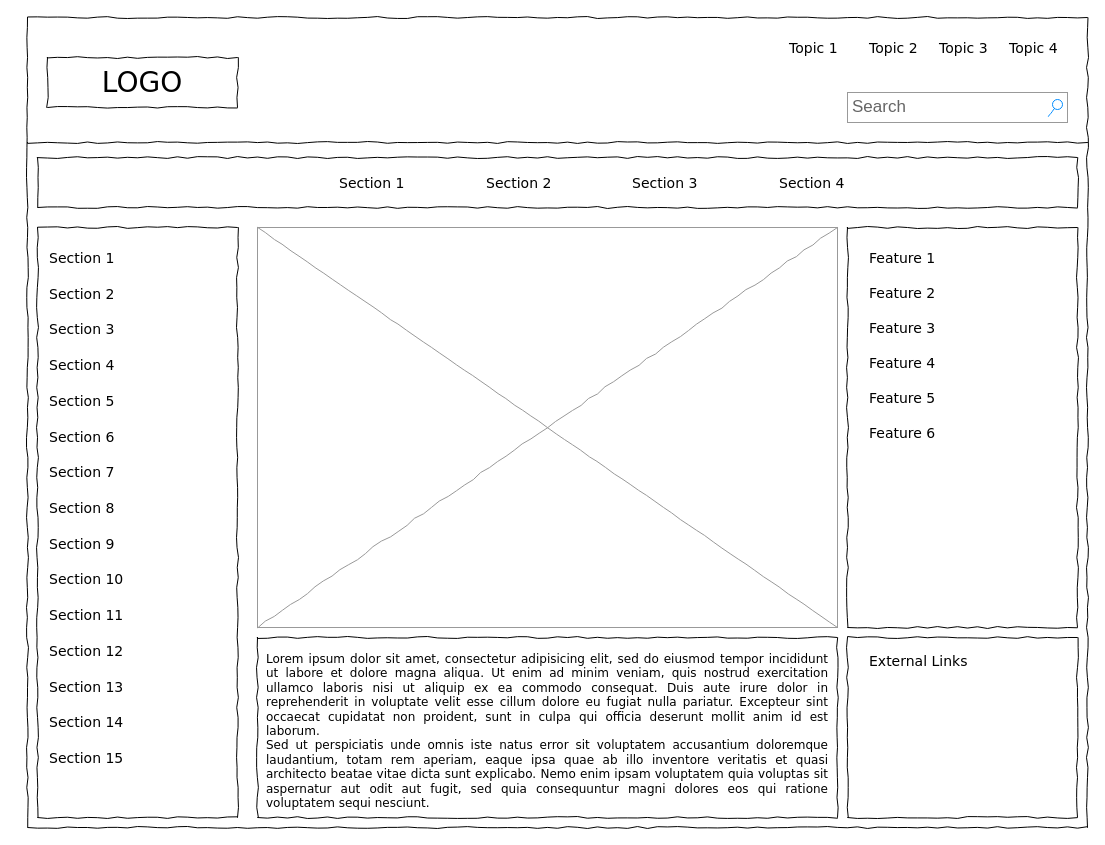
Before: page "Starting Page" (1 of 5) of visual-wireframe.drawio in circuitsunfish/phase-3-rogue-planning-documents, a draw.io diagram. Source tidied: cells renumbered, new cells numbered last; positions are measured from the earlier drawing's top-left corner, leaving out a move shared by most shapes. Both pictures are drawn from the tidied source at 100%, with x=0, y=0 at pixel (27, 17).
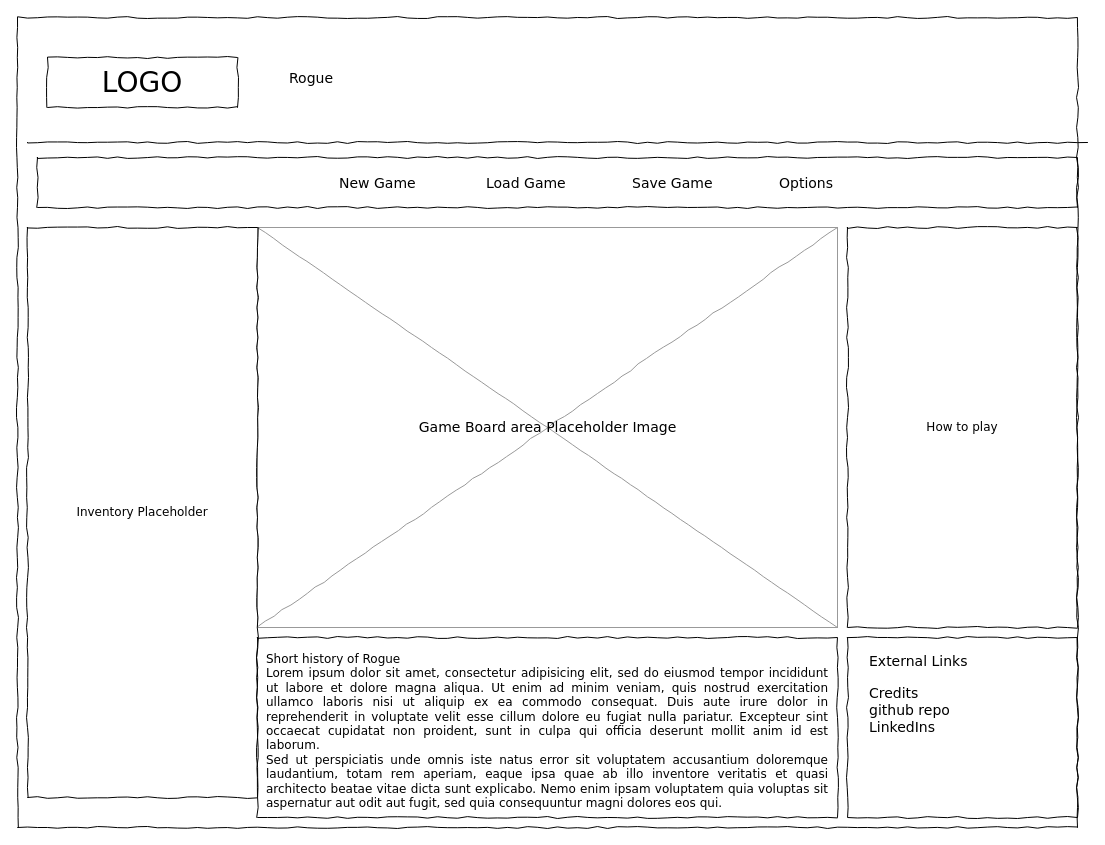
The same diagram, later.

Change to the diagram source:
```diff
@@
     <mxCell id="2" style="whiteSpace=wrap;html=1;rounded=0;shadow=0;labelBackgroundColor=none;strokeColor=#000000;strokeWidth=1;fillColor=none;fontFamily=Verdana;fontSize=12;fontColor=#000000;align=center;comic=1;" parent="1" vertex="1">
-      <mxGeometry width="1060" height="810" as="geometry" />
+      <mxGeometry x="-10" width="1060" height="810" as="geometry" />
     </mxCell>
@@
-    <mxCell id="4" value="Search" style="strokeWidth=1;shadow=0;dashed=0;align=center;html=1;shape=mxgraph.mockup.forms.searchBox;strokeColor=#999999;mainText=;strokeColor2=#008cff;fontColor=#666666;fontSize=17;align=left;spacingLeft=3;rounded=0;labelBackgroundColor=none;comic=1;" parent="1" vertex="1">
-      <mxGeometry x="820" y="75" width="220" height="30" as="geometry" />
-    </mxCell>
-    <mxCell id="5" value="Topic 1" style="text;html=1;align=left;verticalAlign=top;spacingTop=-4;fontSize=14;fontFamily=Verdana;" parent="1" vertex="1">
-      <mxGeometry x="760" y="20" width="60" height="20" as="geometry" />
-    </mxCell>
-    <mxCell id="6" value="Topic 2" style="text;html=1;align=left;verticalAlign=top;spacingTop=-4;fontSize=14;fontFamily=Verdana;" parent="1" vertex="1">
-      <mxGeometry x="840" y="20" width="60" height="20" as="geometry" />
-    </mxCell>
-    <mxCell id="7" value="Topic 3" style="text;html=1;align=left;verticalAlign=top;spacingTop=-4;fontSize=14;fontFamily=Verdana;" parent="1" vertex="1">
-      <mxGeometry x="910" y="20" width="60" height="20" as="geometry" />
-    </mxCell>
-    <mxCell id="8" value="Topic 4" style="text;html=1;align=left;verticalAlign=top;spacingTop=-4;fontSize=14;fontFamily=Verdana;" parent="1" vertex="1">
-      <mxGeometry x="980" y="20" width="60" height="20" as="geometry" />
-    </mxCell>
-    <mxCell id="9" style="whiteSpace=wrap;html=1;rounded=0;shadow=0;labelBackgroundColor=none;strokeWidth=1;fillColor=none;fontFamily=Verdana;fontSize=12;align=center;comic=1;" parent="1" vertex="1">
-      <mxGeometry x="10" y="210" width="200" height="590" as="geometry" />
-    </mxCell>
@@
-    <mxCell id="12" value="Section 1" style="text;html=1;align=left;verticalAlign=top;spacingTop=-4;fontSize=14;fontFamily=Verdana;" parent="1" vertex="1">
+    <mxCell id="12" value="New Game" style="text;html=1;align=left;verticalAlign=top;spacingTop=-4;fontSize=14;fontFamily=Verdana;" parent="1" vertex="1">
       <mxGeometry x="310" y="155" width="60" height="20" as="geometry" />
     </mxCell>
-    <mxCell id="13" value="Section 2" style="text;html=1;align=left;verticalAlign=top;spacingTop=-4;fontSize=14;fontFamily=Verdana;" parent="1" vertex="1">
+    <mxCell id="13" value="Load Game" style="text;html=1;align=left;verticalAlign=top;spacingTop=-4;fontSize=14;fontFamily=Verdana;" parent="1" vertex="1">
       <mxGeometry x="457" y="155" width="60" height="20" as="geometry" />
     </mxCell>
-    <mxCell id="14" value="Section 3" style="text;html=1;align=left;verticalAlign=top;spacingTop=-4;fontSize=14;fontFamily=Verdana;" parent="1" vertex="1">
+    <mxCell id="14" value="Save Game" style="text;html=1;align=left;verticalAlign=top;spacingTop=-4;fontSize=14;fontFamily=Verdana;" parent="1" vertex="1">
       <mxGeometry x="603" y="155" width="60" height="20" as="geometry" />
     </mxCell>
-    <mxCell id="15" value="Section 4" style="text;html=1;align=left;verticalAlign=top;spacingTop=-4;fontSize=14;fontFamily=Verdana;" parent="1" vertex="1">
+    <mxCell id="15" value="Options" style="text;html=1;align=left;verticalAlign=top;spacingTop=-4;fontSize=14;fontFamily=Verdana;" parent="1" vertex="1">
       <mxGeometry x="750" y="155" width="60" height="20" as="geometry" />
     </mxCell>
-    <mxCell id="16" value="&lt;div style=&quot;text-align: justify&quot;&gt;&lt;span&gt;Lorem ipsum dolor sit amet, consectetur adipisicing elit, sed do eiusmod tempor incididunt ut labore et dolore magna aliqua. Ut enim ad minim veniam, quis nostrud exercitation ullamco laboris nisi ut aliquip ex ea commodo consequat. Duis aute irure dolor in reprehenderit in voluptate velit esse cillum dolore eu fugiat nulla pariatur. Excepteur sint occaecat cupidatat non proident, sunt in culpa qui officia deserunt mollit anim id est laborum.&lt;/span&gt;&lt;/div&gt;&lt;div style=&quot;text-align: justify&quot;&gt;&lt;span&gt;Sed ut perspiciatis unde omnis iste natus error sit voluptatem accusantium doloremque laudantium, totam rem aperiam, eaque ipsa quae ab illo inventore veritatis et quasi architecto beatae vitae dicta sunt explicabo. Nemo enim ipsam voluptatem quia voluptas sit aspernatur aut odit aut fugit, sed quia consequuntur magni dolores eos qui ratione voluptatem sequi nesciunt.&amp;nbsp;&lt;/span&gt;&lt;/div&gt;" style="whiteSpace=wrap;html=1;rounded=0;shadow=0;labelBackgroundColor=none;strokeWidth=1;fillColor=none;fontFamily=Verdana;fontSize=12;align=center;verticalAlign=top;spacing=10;comic=1;" parent="1" vertex="1">
+    <mxCell id="16" value="&lt;div style=&quot;text-align: justify&quot;&gt;&lt;span&gt;Short history of Rogue &lt;br&gt;Lorem ipsum dolor sit amet, consectetur adipisicing elit, sed do eiusmod tempor incididunt ut labore et dolore magna aliqua. Ut enim ad minim veniam, quis nostrud exercitation ullamco laboris nisi ut aliquip ex ea commodo consequat. Duis aute irure dolor in reprehenderit in voluptate velit esse cillum dolore eu fugiat nulla pariatur. Excepteur sint occaecat cupidatat non proident, sunt in culpa qui officia deserunt mollit anim id est laborum.&lt;/span&gt;&lt;/div&gt;&lt;div style=&quot;text-align: justify&quot;&gt;&lt;span&gt;Sed ut perspiciatis unde omnis iste natus error sit voluptatem accusantium doloremque laudantium, totam rem aperiam, eaque ipsa quae ab illo inventore veritatis et quasi architecto beatae vitae dicta sunt explicabo. Nemo enim ipsam voluptatem quia voluptas sit aspernatur aut odit aut fugit, sed quia consequuntur magni dolores eos qui.&lt;br&gt;&lt;/span&gt;&lt;/div&gt;" style="whiteSpace=wrap;html=1;rounded=0;shadow=0;labelBackgroundColor=none;strokeWidth=1;fillColor=none;fontFamily=Verdana;fontSize=12;align=center;verticalAlign=top;spacing=10;comic=1;" parent="1" vertex="1">
       <mxGeometry x="230" y="620" width="580" height="180" as="geometry" />
     </mxCell>
-    <mxCell id="17" style="verticalLabelPosition=bottom;shadow=0;dashed=0;align=center;html=1;verticalAlign=top;strokeWidth=1;shape=mxgraph.mockup.graphics.simpleIcon;strokeColor=#999999;rounded=0;labelBackgroundColor=none;fontFamily=Verdana;fontSize=14;fontColor=#000000;comic=1;" parent="1" vertex="1">
+    <mxCell id="17" value="Game Board area Placeholder Image" style="verticalLabelPosition=middle;shadow=0;dashed=0;align=center;html=1;verticalAlign=middle;strokeWidth=1;shape=mxgraph.mockup.graphics.simpleIcon;strokeColor=#999999;rounded=0;labelBackgroundColor=none;fontFamily=Verdana;fontSize=14;fontColor=#000000;comic=1;labelPosition=center;" parent="1" vertex="1">
       <mxGeometry x="230" y="210" width="580" height="400" as="geometry" />
     </mxCell>
-    <mxCell id="18" style="whiteSpace=wrap;html=1;rounded=0;shadow=0;labelBackgroundColor=none;strokeWidth=1;fillColor=none;fontFamily=Verdana;fontSize=12;align=center;comic=1;" parent="1" vertex="1">
+    <mxCell id="18" value="How to play" style="whiteSpace=wrap;html=1;rounded=0;shadow=0;labelBackgroundColor=none;strokeWidth=1;fillColor=none;fontFamily=Verdana;fontSize=12;align=center;comic=1;" parent="1" vertex="1">
       <mxGeometry x="820" y="210" width="230" height="400" as="geometry" />
     </mxCell>
@@
-    <mxCell id="20" value="Section 1" style="text;html=1;align=left;verticalAlign=top;spacingTop=-4;fontSize=14;fontFamily=Verdana;" parent="1" vertex="1">
-      <mxGeometry x="20" y="230" width="170" height="20" as="geometry" />
-    </mxCell>
-    <mxCell id="21" value="Section 2" style="text;html=1;align=left;verticalAlign=top;spacingTop=-4;fontSize=14;fontFamily=Verdana;" parent="1" vertex="1">
-      <mxGeometry x="20" y="266" width="170" height="20" as="geometry" />
-    </mxCell>
-    <mxCell id="22" value="Section 3" style="text;html=1;align=left;verticalAlign=top;spacingTop=-4;fontSize=14;fontFamily=Verdana;" parent="1" vertex="1">
-      <mxGeometry x="20" y="301" width="170" height="20" as="geometry" />
-    </mxCell>
-    <mxCell id="23" value="Section 4" style="text;html=1;align=left;verticalAlign=top;spacingTop=-4;fontSize=14;fontFamily=Verdana;" parent="1" vertex="1">
-      <mxGeometry x="20" y="337" width="170" height="20" as="geometry" />
-    </mxCell>
-    <mxCell id="24" value="Section 7" style="text;html=1;align=left;verticalAlign=top;spacingTop=-4;fontSize=14;fontFamily=Verdana;" parent="1" vertex="1">
-      <mxGeometry x="20" y="444" width="170" height="20" as="geometry" />
-    </mxCell>
-    <mxCell id="25" value="Section 8" style="text;html=1;align=left;verticalAlign=top;spacingTop=-4;fontSize=14;fontFamily=Verdana;" parent="1" vertex="1">
-      <mxGeometry x="20" y="480" width="170" height="20" as="geometry" />
-    </mxCell>
-    <mxCell id="26" value="Section 9" style="text;html=1;align=left;verticalAlign=top;spacingTop=-4;fontSize=14;fontFamily=Verdana;" parent="1" vertex="1">
-      <mxGeometry x="20" y="516" width="170" height="20" as="geometry" />
-    </mxCell>
-    <mxCell id="27" value="Section 10" style="text;html=1;align=left;verticalAlign=top;spacingTop=-4;fontSize=14;fontFamily=Verdana;" parent="1" vertex="1">
-      <mxGeometry x="20" y="551" width="170" height="20" as="geometry" />
-    </mxCell>
-    <mxCell id="28" value="Section 11" style="text;html=1;align=left;verticalAlign=top;spacingTop=-4;fontSize=14;fontFamily=Verdana;" parent="1" vertex="1">
-      <mxGeometry x="20" y="587" width="170" height="20" as="geometry" />
-    </mxCell>
-    <mxCell id="29" value="Section 12" style="text;html=1;align=left;verticalAlign=top;spacingTop=-4;fontSize=14;fontFamily=Verdana;" parent="1" vertex="1">
-      <mxGeometry x="20" y="623" width="170" height="20" as="geometry" />
-    </mxCell>
-    <mxCell id="30" value="Section 13" style="text;html=1;align=left;verticalAlign=top;spacingTop=-4;fontSize=14;fontFamily=Verdana;" parent="1" vertex="1">
-      <mxGeometry x="20" y="659" width="170" height="20" as="geometry" />
-    </mxCell>
-    <mxCell id="31" value="Section 14" style="text;html=1;align=left;verticalAlign=top;spacingTop=-4;fontSize=14;fontFamily=Verdana;" parent="1" vertex="1">
-      <mxGeometry x="20" y="694" width="170" height="20" as="geometry" />
-    </mxCell>
-    <mxCell id="32" value="Section 5" style="text;html=1;align=left;verticalAlign=top;spacingTop=-4;fontSize=14;fontFamily=Verdana;" parent="1" vertex="1">
-      <mxGeometry x="20" y="373" width="170" height="20" as="geometry" />
-    </mxCell>
-    <mxCell id="33" value="Section 6" style="text;html=1;align=left;verticalAlign=top;spacingTop=-4;fontSize=14;fontFamily=Verdana;" parent="1" vertex="1">
-      <mxGeometry x="20" y="409" width="170" height="20" as="geometry" />
-    </mxCell>
-    <mxCell id="34" value="Section 15" style="text;html=1;align=left;verticalAlign=top;spacingTop=-4;fontSize=14;fontFamily=Verdana;" parent="1" vertex="1">
-      <mxGeometry x="20" y="730" width="170" height="20" as="geometry" />
-    </mxCell>
@@
-    <mxCell id="36" value="Feature 1" style="text;html=1;align=left;verticalAlign=top;spacingTop=-4;fontSize=14;fontFamily=Verdana;" parent="1" vertex="1">
-      <mxGeometry x="840" y="230" width="170" height="20" as="geometry" />
-    </mxCell>
-    <mxCell id="37" value="Feature 2" style="text;html=1;align=left;verticalAlign=top;spacingTop=-4;fontSize=14;fontFamily=Verdana;" parent="1" vertex="1">
-      <mxGeometry x="840" y="265" width="170" height="20" as="geometry" />
-    </mxCell>
-    <mxCell id="38" value="Feature 3" style="text;html=1;align=left;verticalAlign=top;spacingTop=-4;fontSize=14;fontFamily=Verdana;" parent="1" vertex="1">
-      <mxGeometry x="840" y="300" width="170" height="20" as="geometry" />
-    </mxCell>
-    <mxCell id="39" value="Feature 4" style="text;html=1;align=left;verticalAlign=top;spacingTop=-4;fontSize=14;fontFamily=Verdana;" parent="1" vertex="1">
-      <mxGeometry x="840" y="335" width="170" height="20" as="geometry" />
-    </mxCell>
-    <mxCell id="40" value="Feature 5" style="text;html=1;align=left;verticalAlign=top;spacingTop=-4;fontSize=14;fontFamily=Verdana;" parent="1" vertex="1">
-      <mxGeometry x="840" y="370" width="170" height="20" as="geometry" />
-    </mxCell>
-    <mxCell id="41" value="Feature 6" style="text;html=1;align=left;verticalAlign=top;spacingTop=-4;fontSize=14;fontFamily=Verdana;" parent="1" vertex="1">
-      <mxGeometry x="840" y="405" width="170" height="20" as="geometry" />
-    </mxCell>
+    <mxCell id="42" value="Rogue" style="text;html=1;align=left;verticalAlign=top;spacingTop=-4;fontSize=14;fontFamily=Verdana;" parent="1" vertex="1">
+      <mxGeometry x="260" y="50" width="100" height="30" as="geometry" />
+    </mxCell>
+    <mxCell id="43" value="Credits&lt;br&gt;&lt;div&gt;github repo&lt;/div&gt;&lt;div&gt;LinkedIns&lt;br&gt;&lt;/div&gt;" style="text;html=1;align=left;verticalAlign=top;spacingTop=-4;fontSize=14;fontFamily=Verdana;" parent="1" vertex="1">
+      <mxGeometry x="840" y="665" width="170" height="90" as="geometry" />
+    </mxCell>
+    <mxCell id="44" value="Inventory Placeholder" style="whiteSpace=wrap;html=1;rounded=0;shadow=0;labelBackgroundColor=none;strokeWidth=1;fillColor=none;fontFamily=Verdana;fontSize=12;align=center;comic=1;" parent="1" vertex="1">
+      <mxGeometry y="210" width="230" height="570" as="geometry" />
+    </mxCell>
```
